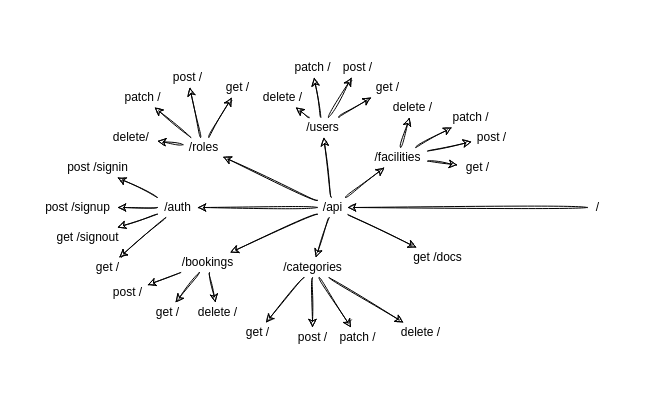
TheBaconStyle/nest-next-project keeps this draw.io diagram as page "API Routes" (2 of 3) of diagramms/db.drawio. Above is the earlier version. Source tidied: cells renumbered, new cells numbered last; positions are measured from the earlier drawing's top-left corner, leaving out a move shared by most shapes. Both pictures are drawn from the tidied source at 100%, with x=0, y=0 at pixel (37, 57).
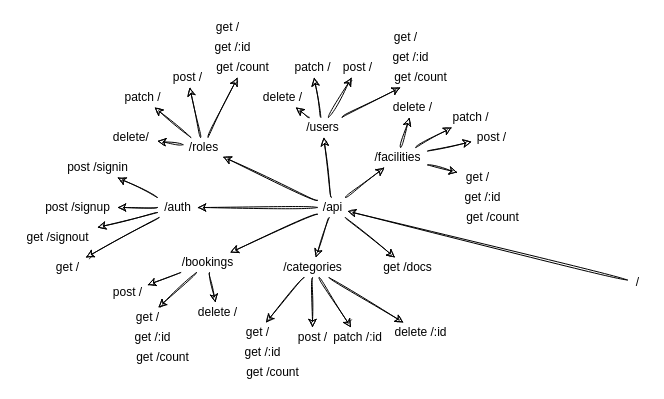
After the change.

The change refers to these unchanged cells:
```xml
<mxCell id="20" value="/auth" style="text;html=1;align=center;verticalAlign=middle;points=[];strokeColor=none;fillColor=none;rounded=1;sketch=1;" parent="1" vertex="1">
  <mxGeometry x="120" y="140" width="40" height="20" as="geometry" />
</mxCell>
<mxCell id="24" value="/bookings" style="text;html=1;align=center;verticalAlign=middle;points=[];strokeColor=none;fillColor=none;rounded=1;sketch=1;" parent="1" vertex="1">
  <mxGeometry x="135" y="195" width="70" height="20" as="geometry" />
</mxCell>
<mxCell id="32" value="/facilities" style="text;html=1;align=center;verticalAlign=middle;points=[];strokeColor=none;fillColor=none;rounded=1;sketch=1;" parent="1" vertex="1">
  <mxGeometry x="330" y="90" width="60" height="20" as="geometry" />
</mxCell>
<mxCell id="45" value="/roles" style="text;html=1;align=center;verticalAlign=middle;points=[];strokeColor=none;fillColor=none;rounded=1;sketch=1;" parent="1" vertex="1">
  <mxGeometry x="145.5" y="80" width="40" height="20" as="geometry" />
</mxCell>
<mxCell id="54" value="/users" style="text;html=1;align=center;verticalAlign=middle;points=[];strokeColor=none;fillColor=none;rounded=1;sketch=1;" parent="1" vertex="1">
  <mxGeometry x="260" y="60" width="50" height="20" as="geometry" />
</mxCell>
```

What changed in the source:
```diff
@@
     <mxCell id="3" value="/" style="text;html=1;align=center;verticalAlign=middle;points=[];strokeColor=none;fillColor=none;rounded=1;sketch=1;" parent="1" vertex="1">
-      <mxGeometry x="550" y="140" width="20" height="20" as="geometry" />
+      <mxGeometry x="590" y="215" width="20" height="20" as="geometry" />
     </mxCell>
@@
     <mxCell id="14" value="get /signout" style="text;html=1;align=center;verticalAlign=middle;points=[];strokeColor=none;fillColor=none;rounded=1;sketch=1;" parent="1" vertex="1">
-      <mxGeometry x="10" y="170" width="80" height="20" as="geometry" />
+      <mxGeometry x="-20" y="170" width="80" height="20" as="geometry" />
     </mxCell>
-    <mxCell id="15" value="get /" style="text;html=1;align=center;verticalAlign=middle;points=[];strokeColor=none;fillColor=none;rounded=1;sketch=1;" parent="1" vertex="1">
-      <mxGeometry x="50" y="200" width="40" height="20" as="geometry" />
-    </mxCell>
@@
-    <mxCell id="19" style="edgeStyle=none;html=1;rounded=1;sketch=1;curved=1;" parent="1" edge="1" source="20" target="15">
+    <mxCell id="19" style="edgeStyle=none;html=1;rounded=1;sketch=1;curved=1;" parent="1" edge="1" source="20" target="84">
       <mxGeometry relative="1" as="geometry" />
     </mxCell>
@@
-    <mxCell id="22" style="edgeStyle=none;html=1;rounded=1;sketch=1;curved=1;" parent="1" edge="1" source="24" target="26">
+    <mxCell id="22" style="edgeStyle=none;html=1;rounded=1;sketch=1;curved=1;" parent="1" edge="1" source="24" target="69">
       <mxGeometry relative="1" as="geometry" />
     </mxCell>
@@
-    <mxCell id="26" value="get /" style="text;html=1;align=center;verticalAlign=middle;points=[];strokeColor=none;fillColor=none;rounded=1;sketch=1;" parent="1" vertex="1">
-      <mxGeometry x="110" y="245" width="40" height="20" as="geometry" />
-    </mxCell>
@@
-    <mxCell id="28" style="edgeStyle=none;html=1;rounded=1;sketch=1;curved=1;" parent="1" edge="1" source="32" target="39">
+    <mxCell id="28" style="edgeStyle=none;html=1;rounded=1;sketch=1;curved=1;" parent="1" edge="1" source="32" target="77">
       <mxGeometry relative="1" as="geometry" />
     </mxCell>
@@
-    <mxCell id="38" value="get /" style="text;html=1;align=center;verticalAlign=middle;points=[];strokeColor=none;fillColor=none;rounded=1;sketch=1;" parent="1" vertex="1">
-      <mxGeometry x="200" y="265" width="40" height="20" as="geometry" />
-    </mxCell>
-    <mxCell id="39" value="get /" style="text;html=1;align=center;verticalAlign=middle;points=[];strokeColor=none;fillColor=none;rounded=1;sketch=1;" parent="1" vertex="1">
-      <mxGeometry x="420" y="100" width="40" height="20" as="geometry" />
-    </mxCell>
     <mxCell id="40" value="get /docs" style="text;html=1;align=center;verticalAlign=middle;points=[];strokeColor=none;fillColor=none;rounded=1;sketch=1;" parent="1" vertex="1">
-      <mxGeometry x="370" y="190" width="60" height="20" as="geometry" />
+      <mxGeometry x="340" y="200" width="60" height="20" as="geometry" />
     </mxCell>
@@
-    <mxCell id="42" style="edgeStyle=none;html=1;rounded=1;sketch=1;curved=1;" parent="1" edge="1" source="45" target="47">
+    <mxCell id="42" style="edgeStyle=none;html=1;rounded=1;sketch=1;curved=1;" parent="1" edge="1" source="45" target="83">
       <mxGeometry relative="1" as="geometry" />
     </mxCell>
@@
-    <mxCell id="47" value="get /" style="text;html=1;align=center;verticalAlign=middle;points=[];strokeColor=none;fillColor=none;rounded=1;sketch=1;" parent="1" vertex="1">
-      <mxGeometry x="180" y="20" width="40" height="20" as="geometry" />
-    </mxCell>
@@
-    <mxCell id="50" style="edgeStyle=none;html=1;rounded=1;sketch=1;curved=1;" parent="1" edge="1" source="54" target="55">
+    <mxCell id="50" style="edgeStyle=none;html=1;rounded=1;sketch=1;curved=1;" parent="1" edge="1" source="54" target="75">
       <mxGeometry relative="1" as="geometry" />
     </mxCell>
@@
-    <mxCell id="55" value="get /" style="text;html=1;align=center;verticalAlign=middle;points=[];strokeColor=none;fillColor=none;rounded=1;sketch=1;" parent="1" vertex="1">
-      <mxGeometry x="330" y="20" width="40" height="20" as="geometry" />
-    </mxCell>
@@
-    <mxCell id="60" value="patch /" style="text;html=1;align=center;verticalAlign=middle;points=[];strokeColor=none;fillColor=none;rounded=1;sketch=1;" parent="1" vertex="1">
-      <mxGeometry x="295" y="270" width="50" height="20" as="geometry" />
+    <mxCell id="60" value="patch /:id" style="text;html=1;align=center;verticalAlign=middle;points=[];strokeColor=none;fillColor=none;rounded=1;sketch=1;" parent="1" vertex="1">
+      <mxGeometry x="290" y="270" width="60" height="20" as="geometry" />
     </mxCell>
-    <mxCell id="61" value="delete /" style="text;html=1;align=center;verticalAlign=middle;points=[];strokeColor=none;fillColor=none;rounded=1;sketch=1;" parent="1" vertex="1">
-      <mxGeometry x="357.5" y="265" width="50" height="20" as="geometry" />
+    <mxCell id="61" value="delete /:id" style="text;html=1;align=center;verticalAlign=middle;points=[];strokeColor=none;fillColor=none;rounded=1;sketch=1;" parent="1" vertex="1">
+      <mxGeometry x="347.5" y="265" width="70" height="20" as="geometry" />
     </mxCell>
@@
+    <mxCell id="65" style="group;" parent="1" vertex="1">
+      <mxGeometry x="200" y="265" width="70" height="60" as="geometry" />
+    </mxCell>
+    <mxCell id="38" value="get /" style="text;html=1;align=center;verticalAlign=middle;points=[];strokeColor=none;fillColor=none;rounded=1;sketch=1;" parent="65" vertex="1">
+      <mxGeometry width="40" height="20" as="geometry" />
+    </mxCell>
+    <mxCell id="66" value="get /:id" style="text;html=1;align=center;verticalAlign=middle;strokeColor=none;fillColor=none;rounded=1;sketch=1;" parent="65" vertex="1">
+      <mxGeometry y="20" width="50" height="20" as="geometry" />
+    </mxCell>
+    <mxCell id="67" value="get /count" style="text;html=1;align=center;verticalAlign=middle;strokeColor=none;fillColor=none;rounded=1;sketch=1;" parent="65" vertex="1">
+      <mxGeometry y="40" width="70" height="20" as="geometry" />
+    </mxCell>
+    <mxCell id="68" style="group;" parent="1" vertex="1">
+      <mxGeometry x="90" y="250" width="70" height="60" as="geometry" />
+    </mxCell>
+    <mxCell id="69" value="get /" style="text;html=1;align=center;verticalAlign=middle;points=[];strokeColor=none;fillColor=none;rounded=1;sketch=1;" parent="68" vertex="1">
+      <mxGeometry width="40" height="20" as="geometry" />
+    </mxCell>
+    <mxCell id="70" value="get /:id" style="text;html=1;align=center;verticalAlign=middle;strokeColor=none;fillColor=none;rounded=1;sketch=1;" parent="68" vertex="1">
+      <mxGeometry y="20" width="50" height="20" as="geometry" />
+    </mxCell>
+    <mxCell id="71" value="get /count" style="text;html=1;align=center;verticalAlign=middle;strokeColor=none;fillColor=none;rounded=1;sketch=1;" parent="68" vertex="1">
+      <mxGeometry y="40" width="70" height="20" as="geometry" />
+    </mxCell>
+    <mxCell id="72" style="group;" parent="1" vertex="1">
+      <mxGeometry x="347.5" y="-30" width="70" height="60" as="geometry" />
+    </mxCell>
+    <mxCell id="73" value="get /" style="text;html=1;align=center;verticalAlign=middle;strokeColor=none;fillColor=none;rounded=1;sketch=1;" parent="72" vertex="1">
+      <mxGeometry width="40" height="20" as="geometry" />
+    </mxCell>
+    <mxCell id="74" value="get /:id" style="text;html=1;align=center;verticalAlign=middle;strokeColor=none;fillColor=none;rounded=1;sketch=1;" parent="72" vertex="1">
+      <mxGeometry y="20" width="50" height="20" as="geometry" />
+    </mxCell>
+    <mxCell id="75" value="get /count" style="text;html=1;align=center;verticalAlign=middle;points=[];strokeColor=none;fillColor=none;rounded=1;sketch=1;" parent="72" vertex="1">
+      <mxGeometry y="40" width="70" height="20" as="geometry" />
+    </mxCell>
+    <mxCell id="76" style="group;" parent="1" vertex="1">
+      <mxGeometry x="420" y="110" width="70" height="60" as="geometry" />
+    </mxCell>
+    <mxCell id="77" value="get /" style="text;html=1;align=center;verticalAlign=middle;points=[];strokeColor=none;fillColor=none;rounded=1;sketch=1;" parent="76" vertex="1">
+      <mxGeometry width="40" height="20" as="geometry" />
+    </mxCell>
+    <mxCell id="78" value="get /:id" style="text;html=1;align=center;verticalAlign=middle;strokeColor=none;fillColor=none;rounded=1;sketch=1;" parent="76" vertex="1">
+      <mxGeometry y="20" width="50" height="20" as="geometry" />
+    </mxCell>
+    <mxCell id="79" value="get /count" style="text;html=1;align=center;verticalAlign=middle;strokeColor=none;fillColor=none;rounded=1;sketch=1;" parent="76" vertex="1">
+      <mxGeometry y="40" width="70" height="20" as="geometry" />
+    </mxCell>
+    <mxCell id="80" style="group;" parent="1" vertex="1">
+      <mxGeometry x="170" y="-40" width="70" height="60" as="geometry" />
+    </mxCell>
+    <mxCell id="81" value="get /" style="text;html=1;align=center;verticalAlign=middle;strokeColor=none;fillColor=none;rounded=1;sketch=1;" parent="80" vertex="1">
+      <mxGeometry width="40" height="20" as="geometry" />
+    </mxCell>
+    <mxCell id="82" value="get /:id" style="text;html=1;align=center;verticalAlign=middle;strokeColor=none;fillColor=none;rounded=1;sketch=1;" parent="80" vertex="1">
+      <mxGeometry y="20" width="50" height="20" as="geometry" />
+    </mxCell>
+    <mxCell id="83" value="get /count" style="text;html=1;align=center;verticalAlign=middle;points=[];strokeColor=none;fillColor=none;rounded=1;sketch=1;" parent="80" vertex="1">
+      <mxGeometry y="40" width="70" height="20" as="geometry" />
+    </mxCell>
+    <mxCell id="84" value="get /" style="text;html=1;align=center;verticalAlign=middle;points=[];strokeColor=none;fillColor=none;rounded=1;sketch=1;" parent="1" vertex="1">
+      <mxGeometry x="10" y="200" width="40" height="20" as="geometry" />
+    </mxCell>
```
